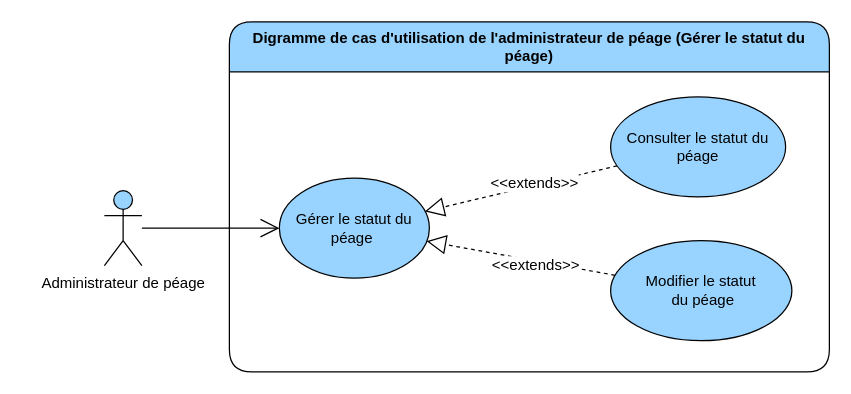
devlotfi/peage-pay keeps this draw.io diagram as page "gerer le statut du peage" (3 of 4) of diagrams/use-case/administrateur-de-peage.drawio. Above is the earlier version. Source tidied: cells renumbered, new cells numbered last; positions are measured from the earlier drawing's top-left corner, leaving out a move shared by most shapes. Both pictures are drawn from the tidied source at 125%, with x=0, y=0 at pixel (104, 21).
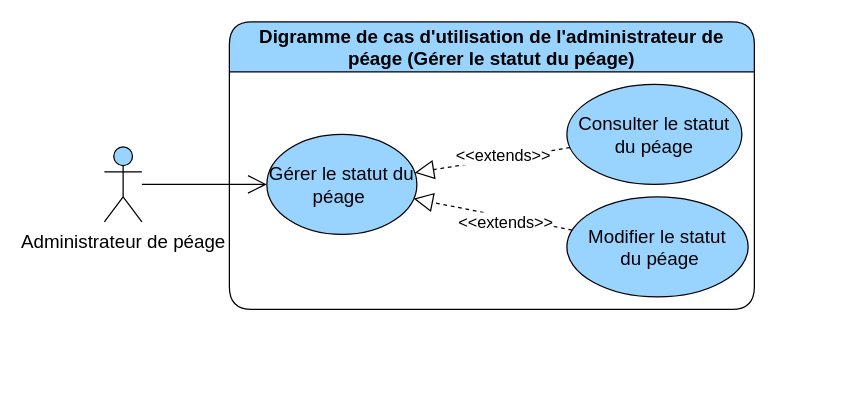
The same page after the edit.

Diff of the diagram source:
```diff
@@
 <mxGraphModel>
   <root>
     <mxCell id="0" />
     <mxCell id="1" parent="0" />
-    <mxCell id="2" value="Digramme de cas d'utilisation de l'administrateur de péage (Gérer le statut du péage)" style="swimlane;whiteSpace=wrap;html=1;rounded=1;fillColor=#99D3FF;startSize=40;" parent="1" vertex="1">
-      <mxGeometry x="100" width="480" height="280" as="geometry" />
+    <mxCell id="2" value="Digramme de cas d'utilisation de l'administrateur de péage (Gérer le statut du péage)" style="swimlane;whiteSpace=wrap;html=1;rounded=1;fillColor=#99D3FF;startSize=40;fontSize=15;" parent="1" vertex="1">
+      <mxGeometry x="100" width="420" height="230" as="geometry" />
     </mxCell>
-    <mxCell id="3" value="Gérer le statut du péage&amp;nbsp;" style="ellipse;whiteSpace=wrap;html=1;strokeColor=default;align=center;verticalAlign=middle;fontFamily=Helvetica;fontSize=12;fontColor=default;fillColor=#99D3FF;" parent="2" vertex="1">
-      <mxGeometry x="40" y="125" width="120" height="80" as="geometry" />
-    </mxCell>
-    <mxCell id="4" style="edgeStyle=none;rounded=0;jettySize=auto;html=1;dashed=1;strokeColor=default;align=center;verticalAlign=middle;fontFamily=Helvetica;fontSize=12;fontColor=default;labelBackgroundColor=default;startSize=6;endArrow=block;endFill=0;endSize=13;" parent="2" edge="1" source="6" target="3">
+    <mxCell id="4" style="edgeStyle=none;rounded=0;jettySize=auto;html=1;dashed=1;strokeColor=default;align=center;verticalAlign=middle;fontFamily=Helvetica;fontSize=15;fontColor=default;labelBackgroundColor=default;startSize=6;endArrow=block;endFill=0;endSize=13;" parent="2" edge="1" source="6" target="3">
       <mxGeometry relative="1" as="geometry" />
     </mxCell>
-    <mxCell id="5" value="&amp;lt;&amp;lt;extends&amp;gt;&amp;gt;" style="edgeLabel;html=1;align=center;verticalAlign=middle;strokeColor=default;fontFamily=Helvetica;fontSize=12;fontColor=default;labelBackgroundColor=default;fillColor=#99D3FF;" parent="4" vertex="1">
+    <mxCell id="5" value="&amp;lt;&amp;lt;extends&amp;gt;&amp;gt;" style="edgeLabel;html=1;align=center;verticalAlign=middle;strokeColor=default;fontFamily=Helvetica;fontSize=13;fontColor=default;labelBackgroundColor=default;fillColor=#99D3FF;" parent="4" vertex="1">
       <mxGeometry x="-0.16" y="3" relative="1" as="geometry" />
     </mxCell>
-    <mxCell id="6" value="Modifier le statut&lt;br&gt;&amp;nbsp;du péage" style="ellipse;whiteSpace=wrap;html=1;strokeColor=default;align=center;verticalAlign=middle;fontFamily=Helvetica;fontSize=12;fontColor=default;fillColor=#99D3FF;" parent="2" vertex="1">
-      <mxGeometry x="305" y="175" width="145" height="80" as="geometry" />
+    <mxCell id="6" value="Modifier le statut&lt;br style=&quot;font-size: 15px;&quot;&gt;&amp;nbsp;du péage" style="ellipse;whiteSpace=wrap;html=1;strokeColor=default;align=center;verticalAlign=middle;fontFamily=Helvetica;fontSize=15;fontColor=default;fillColor=#99D3FF;" parent="2" vertex="1">
+      <mxGeometry x="270" y="140" width="145" height="80" as="geometry" />
     </mxCell>
-    <mxCell id="7" style="edgeStyle=none;rounded=0;jettySize=auto;html=1;dashed=1;strokeColor=default;align=center;verticalAlign=middle;fontFamily=Helvetica;fontSize=12;fontColor=default;labelBackgroundColor=default;startSize=6;endArrow=block;endFill=0;endSize=13;" parent="2" edge="1" source="9" target="3">
+    <mxCell id="7" style="edgeStyle=none;rounded=0;jettySize=auto;html=1;dashed=1;strokeColor=default;align=center;verticalAlign=middle;fontFamily=Helvetica;fontSize=15;fontColor=default;labelBackgroundColor=default;startSize=6;endArrow=block;endFill=0;endSize=13;" parent="2" edge="1" source="9" target="3">
       <mxGeometry relative="1" as="geometry" />
     </mxCell>
-    <mxCell id="8" value="&amp;lt;&amp;lt;extends&amp;gt;&amp;gt;" style="edgeLabel;html=1;align=center;verticalAlign=middle;strokeColor=default;fontFamily=Helvetica;fontSize=12;fontColor=default;labelBackgroundColor=default;fillColor=#99D3FF;" parent="7" vertex="1">
+    <mxCell id="8" value="&amp;lt;&amp;lt;extends&amp;gt;&amp;gt;" style="edgeLabel;html=1;align=center;verticalAlign=middle;strokeColor=default;fontFamily=Helvetica;fontSize=13;fontColor=default;labelBackgroundColor=default;fillColor=#99D3FF;" parent="7" vertex="1">
       <mxGeometry x="-0.12" y="-3" relative="1" as="geometry">
         <mxPoint x="1" as="offset" />
       </mxGeometry>
     </mxCell>
-    <mxCell id="9" value="Consulter le statut du péage" style="ellipse;whiteSpace=wrap;html=1;strokeColor=default;align=center;verticalAlign=middle;fontFamily=Helvetica;fontSize=12;fontColor=default;fillColor=#99D3FF;" parent="2" vertex="1">
-      <mxGeometry x="305" y="60" width="140" height="80" as="geometry" />
+    <mxCell id="9" value="Consulter le statut du péage" style="ellipse;whiteSpace=wrap;html=1;strokeColor=default;align=center;verticalAlign=middle;fontFamily=Helvetica;fontSize=15;fontColor=default;fillColor=#99D3FF;" parent="2" vertex="1">
+      <mxGeometry x="270" y="50" width="140" height="80" as="geometry" />
     </mxCell>
+    <mxCell id="3" value="Gérer le statut du péage&amp;nbsp;" style="ellipse;whiteSpace=wrap;html=1;strokeColor=default;align=center;verticalAlign=middle;fontFamily=Helvetica;fontSize=15;fontColor=default;fillColor=#99D3FF;" parent="2" vertex="1">
+      <mxGeometry x="30" y="90" width="120" height="80" as="geometry" />
+    </mxCell>
+    <mxCell id="11" value="Administrateur&amp;nbsp;de péage" style="shape=umlActor;verticalLabelPosition=bottom;verticalAlign=top;html=1;outlineConnect=0;strokeColor=default;align=center;fontFamily=Helvetica;fontSize=15;fontColor=default;fillColor=#99D3FF;" parent="2" vertex="1">
+      <mxGeometry x="-100" y="100" width="30" height="60" as="geometry" />
+    </mxCell>
-    <mxCell id="10" style="rounded=0;jettySize=auto;html=1;fontFamily=Helvetica;fontSize=12;fontColor=default;endArrow=open;endFill=0;startSize=6;endSize=13;" parent="1" edge="1" source="11" target="3">
+    <mxCell id="10" style="rounded=0;jettySize=auto;html=1;fontFamily=Helvetica;fontSize=15;fontColor=default;endArrow=open;endFill=0;startSize=6;endSize=13;" parent="2" edge="1" source="11" target="3">
       <mxGeometry relative="1" as="geometry" />
     </mxCell>
-    <mxCell id="11" value="Administrateur&amp;nbsp;de péage" style="shape=umlActor;verticalLabelPosition=bottom;verticalAlign=top;html=1;outlineConnect=0;strokeColor=default;align=center;fontFamily=Helvetica;fontSize=12;fontColor=default;fillColor=#99D3FF;" parent="1" vertex="1">
-      <mxGeometry y="135" width="30" height="60" as="geometry" />
-    </mxCell>
   </root>
 </mxGraphModel>
```
